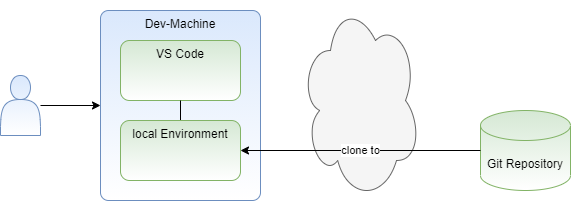
Above: site/content/images/blog/2021/vscode.dio.png in fiveandahalfstars-ninja/website (draw.io), before the change. Source tidied: cells renumbered, new cells last; positions are measured from the earlier drawing's top-left corner, leaving out a move shared by most shapes.
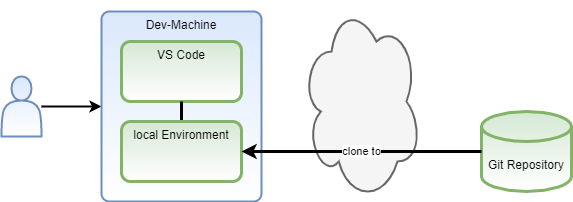
The same diagram one commit later.

Change to the diagram source:
```diff
@@ -2,31 +2,31 @@
   <root>
     <mxCell id="0" />
     <mxCell id="1" parent="0" />
-    <mxCell id="2" style="ellipse;shape=cloud;whiteSpace=wrap;html=1;fillColor=#f5f5f5;strokeColor=#666666;fontColor=#333333;" parent="1" vertex="1">
+    <mxCell id="2" style="ellipse;shape=cloud;whiteSpace=wrap;html=1;fillColor=#f5f5f5;strokeColor=#666666;fontColor=#333333;strokeWidth=2;" parent="1" vertex="1">
       <mxGeometry x="300" width="120" height="200" as="geometry" />
     </mxCell>
-    <mxCell id="3" value="Git Repository" style="shape=cylinder3;whiteSpace=wrap;html=1;boundedLbl=1;backgroundOutline=1;size=15;fillColor=#d5e8d4;strokeColor=#82b366;gradientColor=#ffffff;" parent="1" vertex="1">
+    <mxCell id="3" value="Git Repository" style="shape=cylinder3;whiteSpace=wrap;html=1;boundedLbl=1;backgroundOutline=1;size=15;fillColor=#d5e8d4;strokeColor=#82b366;gradientColor=#ffffff;strokeWidth=3;" parent="1" vertex="1">
       <mxGeometry x="480" y="110" width="90" height="80" as="geometry" />
     </mxCell>
-    <mxCell id="4" style="edgeStyle=orthogonalEdgeStyle;rounded=0;jettySize=auto;html=1;entryX=0;entryY=0.5;entryDx=0;entryDy=0;" parent="1" edge="1" source="5" target="6">
+    <mxCell id="4" style="edgeStyle=orthogonalEdgeStyle;rounded=0;jettySize=auto;html=1;entryX=0;entryY=0.5;entryDx=0;entryDy=0;strokeWidth=2;" parent="1" edge="1" source="5" target="6">
       <mxGeometry relative="1" as="geometry" />
     </mxCell>
-    <mxCell id="5" style="shape=actor;whiteSpace=wrap;html=1;verticalAlign=top;fillColor=#dae8fc;strokeColor=#6c8ebf;gradientColor=#ffffff;" parent="1" vertex="1">
+    <mxCell id="5" style="shape=actor;whiteSpace=wrap;html=1;verticalAlign=top;fillColor=#dae8fc;strokeColor=#6c8ebf;gradientColor=#ffffff;strokeWidth=2;" parent="1" vertex="1">
       <mxGeometry y="75" width="40" height="60" as="geometry" />
     </mxCell>
-    <mxCell id="6" value="Dev-Machine" style="rounded=1;whiteSpace=wrap;html=1;verticalAlign=top;arcSize=5;fillColor=#dae8fc;strokeColor=#6c8ebf;gradientColor=#ffffff;" parent="1" vertex="1">
+    <mxCell id="6" value="Dev-Machine" style="rounded=1;whiteSpace=wrap;html=1;verticalAlign=top;arcSize=5;fillColor=#dae8fc;strokeColor=#6c8ebf;gradientColor=#ffffff;strokeWidth=2;" parent="1" vertex="1">
       <mxGeometry x="100" y="10" width="160" height="190" as="geometry" />
     </mxCell>
-    <mxCell id="7" value="VS Code" style="rounded=1;whiteSpace=wrap;html=1;verticalAlign=top;fillColor=#d5e8d4;strokeColor=#82b366;gradientColor=#ffffff;" parent="1" vertex="1">
+    <mxCell id="7" value="VS Code" style="rounded=1;whiteSpace=wrap;html=1;verticalAlign=top;fillColor=#d5e8d4;strokeColor=#82b366;gradientColor=#ffffff;strokeWidth=3;" parent="1" vertex="1">
       <mxGeometry x="120" y="40" width="120" height="60" as="geometry" />
     </mxCell>
-    <mxCell id="8" style="edgeStyle=orthogonalEdgeStyle;rounded=0;jettySize=auto;html=1;exitX=0.5;exitY=0;exitDx=0;exitDy=0;entryX=0.5;entryY=1;entryDx=0;entryDy=0;endArrow=none;endFill=0;" parent="1" edge="1" source="9" target="7">
+    <mxCell id="8" style="edgeStyle=orthogonalEdgeStyle;rounded=0;jettySize=auto;html=1;exitX=0.5;exitY=0;exitDx=0;exitDy=0;entryX=0.5;entryY=1;entryDx=0;entryDy=0;endArrow=none;endFill=0;strokeWidth=3;" parent="1" edge="1" source="9" target="7">
       <mxGeometry relative="1" as="geometry" />
     </mxCell>
-    <mxCell id="9" value="local Environment" style="rounded=1;whiteSpace=wrap;html=1;verticalAlign=top;fillColor=#d5e8d4;strokeColor=#82b366;gradientColor=#ffffff;" parent="1" vertex="1">
+    <mxCell id="9" value="local Environment" style="rounded=1;whiteSpace=wrap;html=1;verticalAlign=top;fillColor=#d5e8d4;strokeColor=#82b366;gradientColor=#ffffff;strokeWidth=3;" parent="1" vertex="1">
       <mxGeometry x="120" y="120" width="120" height="60" as="geometry" />
     </mxCell>
-    <mxCell id="10" value="clone to" style="edgeStyle=orthogonalEdgeStyle;rounded=0;jettySize=auto;html=1;entryX=1;entryY=0.5;entryDx=0;entryDy=0;" parent="1" edge="1" source="3" target="9">
+    <mxCell id="10" value="clone to" style="edgeStyle=orthogonalEdgeStyle;rounded=0;jettySize=auto;html=1;entryX=1;entryY=0.5;entryDx=0;entryDy=0;strokeWidth=3;" parent="1" edge="1" source="3" target="9">
       <mxGeometry relative="1" as="geometry" />
     </mxCell>
   </root>
```
